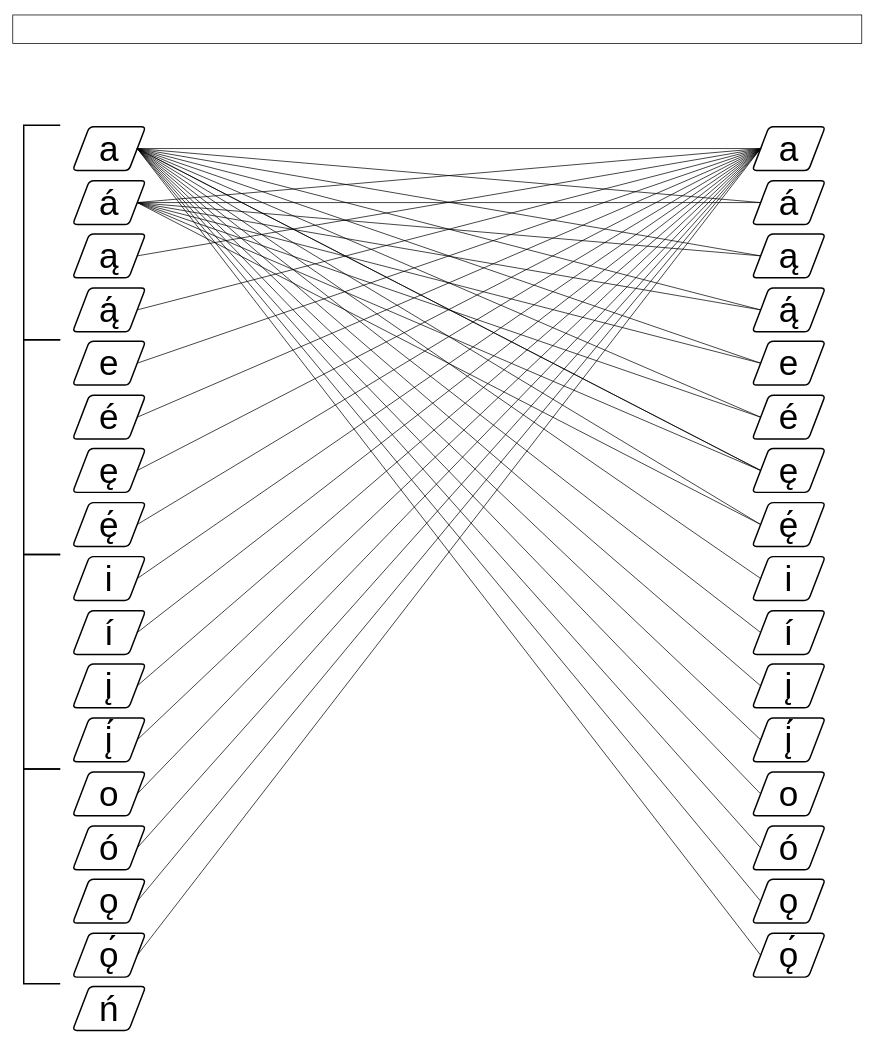
Earlier version of the draw.io diagram Associated Diagrams/Navaho Vowel Network.drawio (OJB-Quantum/Navaho-Linguistics). Source tidied: cells renumbered, new cells numbered last; positions are measured from the earlier drawing's top-left corner, leaving out a move shared by most shapes. Both pictures are drawn from the tidied source at 73%, with x=0, y=0 at pixel (12, 15).
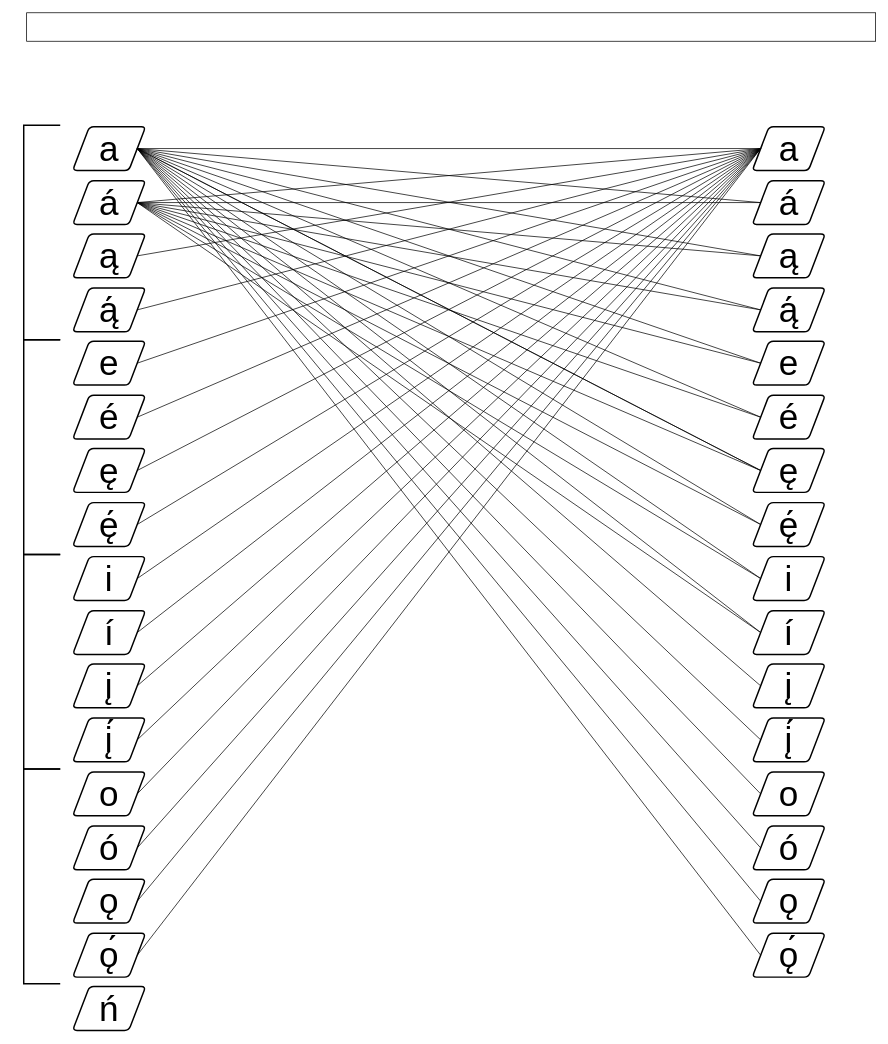
The same page after the edit.

Unchanged cells that the change refers to:
```xml
<mxCell id="4" style="shape=parallelogram;html=1;strokeWidth=2;perimeter=parallelogramPerimeter;whiteSpace=wrap;rounded=1;arcSize=12;size=0.23;fontFamily=IBM Plex Sans;" parent="1" vertex="1">
  <mxGeometry x="82" y="227" width="100" height="60" as="geometry" />
</mxCell>
<mxCell id="60" style="shape=parallelogram;html=1;strokeWidth=2;perimeter=parallelogramPerimeter;whiteSpace=wrap;rounded=1;arcSize=12;size=0.23;fontFamily=IBM Plex Sans;" parent="1" vertex="1">
  <mxGeometry x="1013" y="742" width="100" height="60" as="geometry" />
</mxCell>
<mxCell id="62" style="shape=parallelogram;html=1;strokeWidth=2;perimeter=parallelogramPerimeter;whiteSpace=wrap;rounded=1;arcSize=12;size=0.23;fontFamily=IBM Plex Sans;" parent="1" vertex="1">
  <mxGeometry x="1013" y="816" width="100" height="60" as="geometry" />
</mxCell>
```

Change to the diagram source:
```diff
@@
     <mxCell id="111" style="rounded=0;whiteSpace=wrap;html=1;" parent="1" vertex="1">
-      <mxGeometry width="1163" height="39" as="geometry" />
+      <mxGeometry x="19" y="-3" width="1163" height="39" as="geometry" />
     </mxCell>
+    <mxCell id="112" style="endArrow=none;html=1;rounded=0;exitX=1;exitY=0.5;exitDx=0;exitDy=0;entryX=0;entryY=0.5;entryDx=0;entryDy=0;" parent="1" edge="1" source="4" target="60">
+      <mxGeometry relative="1" as="geometry" />
+    </mxCell>
+    <mxCell id="113" style="endArrow=none;html=1;rounded=0;entryX=0;entryY=0.5;entryDx=0;entryDy=0;exitX=1;exitY=0.5;exitDx=0;exitDy=0;" parent="1" edge="1" source="4" target="62">
+      <mxGeometry relative="1" as="geometry" />
+    </mxCell>
```
